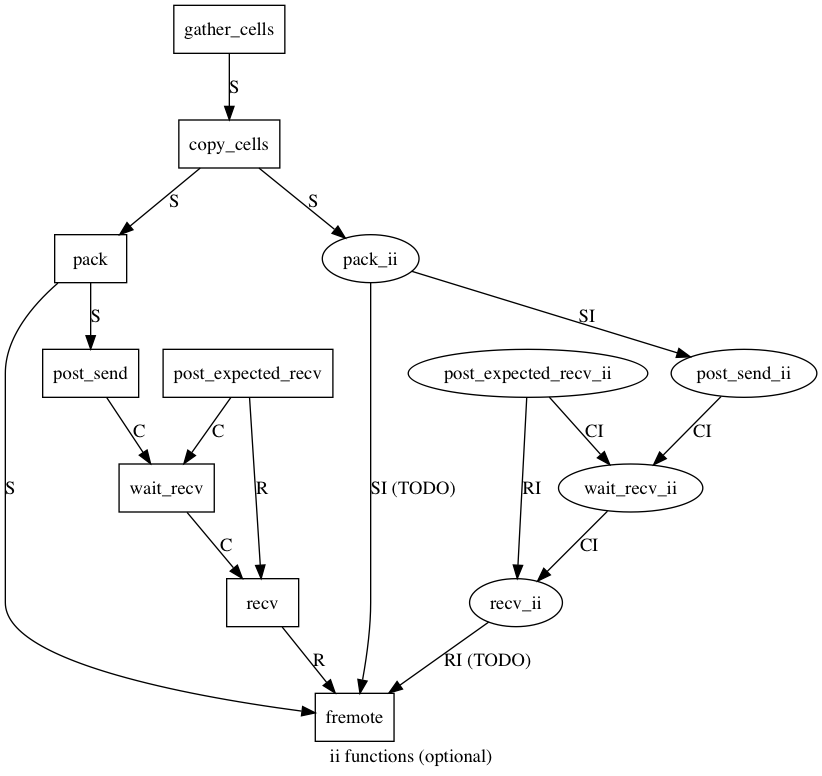
This is doc/remote/graphviz/deps.png from uDeviceX/uDeviceX, a Graphviz export, as it was before one commit. Its source is kept beside it as doc/remote/graphviz/deps.gv. Source of this version:
```dot
digraph {
	{
		node [shape=box]
		gather_cells->copy_cells->pack->post_send [label="S"];
		post_send->wait_recv->recv [label="C"];
		recv->fremote [label="R"];
		pack->fremote [label="S"];
		post_expected_recv->wait_recv [label="C"];
		post_expected_recv->recv [label="R"];
	}
	label="ii functions (optional)"
	copy_cells->pack_ii [label="S"];
	pack_ii->post_send_ii [label="SI"];
	recv_ii->fremote [label="RI (TODO)"];
	pack_ii->fremote [label="SI (TODO)"];
	post_expected_recv_ii->wait_recv_ii->recv_ii [label="CI"];
	post_expected_recv_ii->recv_ii [label="RI"];
	post_send_ii->wait_recv_ii [label="CI"];

	{rank=same; pack; pack_ii;}
	{rank=same; post_send; post_send_ii;}
	{rank=same; wait_recv; wait_recv_ii;}
	{rank=same; recv; recv_ii;}
	{rank=same; post_expected_recv; post_expected_recv_ii;}
}
```
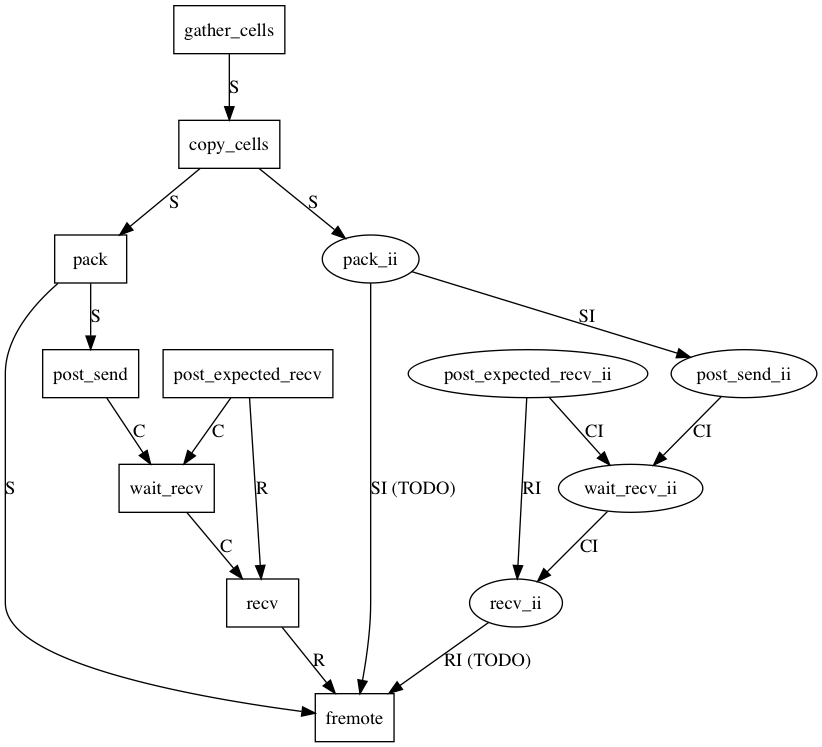
Above is the later version.

Change to the diagram source:
```diff
@@ -8,7 +8,7 @@
 		post_expected_recv->wait_recv [label="C"];
 		post_expected_recv->recv [label="R"];
 	}
-	label="ii functions (optional)"
+
 	copy_cells->pack_ii [label="S"];
 	pack_ii->post_send_ii [label="SI"];
 	recv_ii->fremote [label="RI (TODO)"];
```
